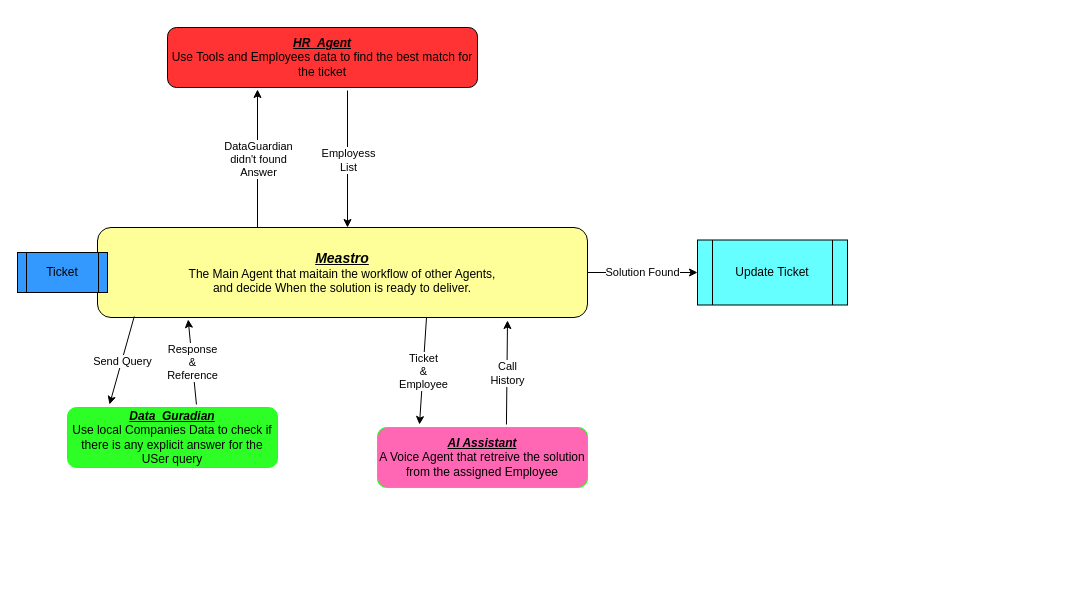
rdoukali42/Network_LLMs keeps this draw.io diagram as docs/architecture/Process.drawio. Above is the earlier version. Source tidied: cells renumbered, new cells numbered last; positions are measured from the earlier drawing's top-left corner, leaving out a move shared by most shapes. Both pictures are drawn from the tidied source at 100%, with x=0, y=0 at pixel (17, 27).
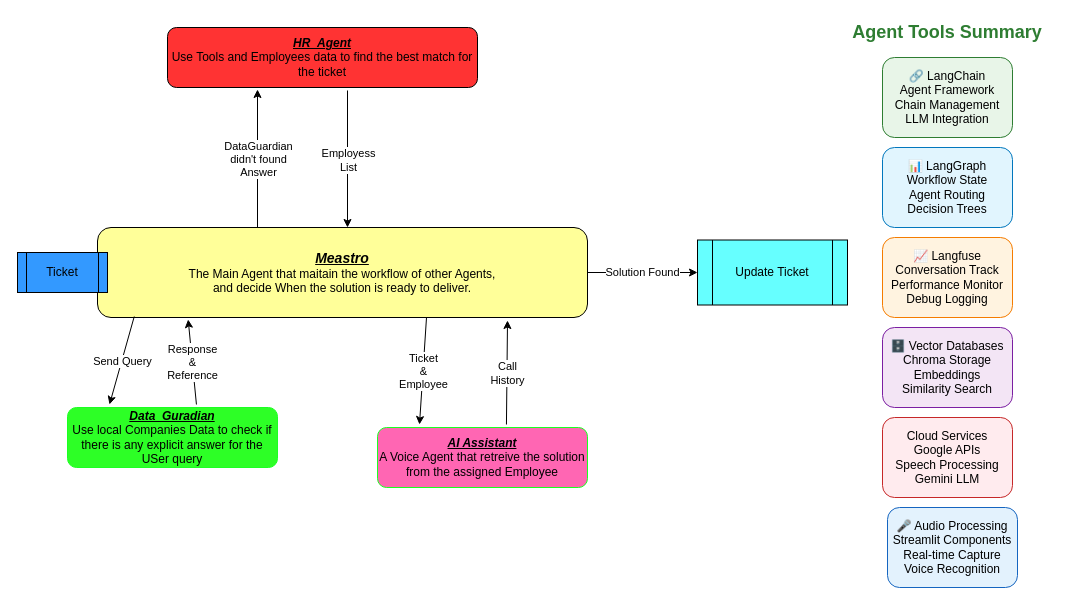
The same diagram, later.

What changed in the source:
```diff
@@
+    <mxCell id="22" value="Agent Tools Summary" style="text;html=1;strokeColor=none;fillColor=none;align=center;verticalAlign=middle;whiteSpace=wrap;rounded=0;fontSize=18;fontStyle=1;fontColor=#2E7D32;" parent="1" vertex="1">
+      <mxGeometry x="830" y="-10" width="200" height="30" as="geometry" />
+    </mxCell>
+    <mxCell id="23" value="🔗 LangChain&#10;Agent Framework&#10;Chain Management&#10;LLM Integration" style="rounded=1;whiteSpace=wrap;html=1;fillColor=#E8F5E8;strokeColor=#2E7D32;" parent="1" vertex="1">
+      <mxGeometry x="865" y="30" width="130" height="80" as="geometry" />
+    </mxCell>
+    <mxCell id="24" value="📊 LangGraph&#10;Workflow State&#10;Agent Routing&#10;Decision Trees" style="rounded=1;whiteSpace=wrap;html=1;fillColor=#E1F5FE;strokeColor=#0277BD;" parent="1" vertex="1">
+      <mxGeometry x="865" y="120" width="130" height="80" as="geometry" />
+    </mxCell>
+    <mxCell id="25" value="📈 Langfuse&#10;Conversation Track&#10;Performance Monitor&#10;Debug Logging" style="rounded=1;whiteSpace=wrap;html=1;fillColor=#FFF3E0;strokeColor=#F57C00;" parent="1" vertex="1">
+      <mxGeometry x="865" y="210" width="130" height="80" as="geometry" />
+    </mxCell>
+    <mxCell id="26" value="🗄️ Vector Databases&#10;Chroma Storage&#10;Embeddings&#10;Similarity Search" style="rounded=1;whiteSpace=wrap;html=1;fillColor=#F3E5F5;strokeColor=#7B1FA2;" parent="1" vertex="1">
+      <mxGeometry x="865" y="300" width="130" height="80" as="geometry" />
+    </mxCell>
+    <mxCell id="27" value="Cloud Services&#10;Google APIs&#10;Speech Processing&#10;Gemini LLM" style="rounded=1;whiteSpace=wrap;html=1;fillColor=#FFEBEE;strokeColor=#C62828;" parent="1" vertex="1">
+      <mxGeometry x="865" y="390" width="130" height="80" as="geometry" />
+    </mxCell>
+    <mxCell id="28" value="🎤 Audio Processing&#10;Streamlit Components&#10;Real-time Capture&#10;Voice Recognition" style="rounded=1;whiteSpace=wrap;html=1;fillColor=#E3F2FD;strokeColor=#1565C0;" parent="1" vertex="1">
+      <mxGeometry x="870" y="480" width="130" height="80" as="geometry" />
+    </mxCell>
```
